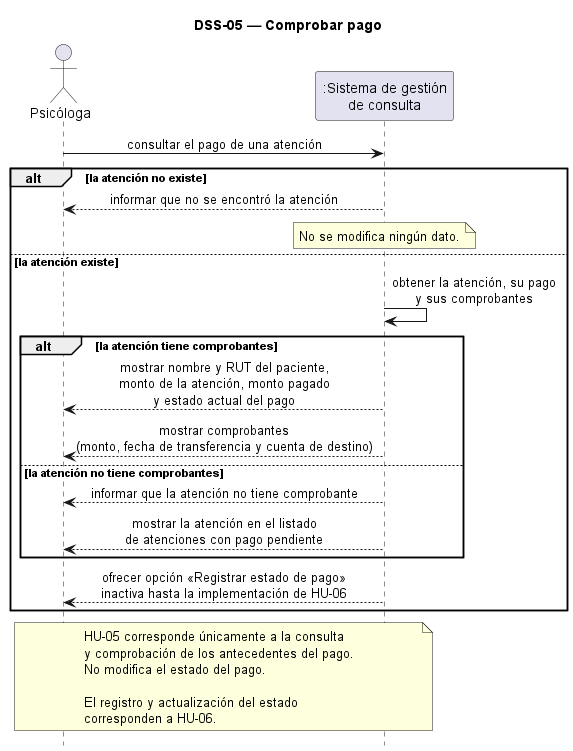
The PlantUML diagram diagramas/dss-05.png in gestion-consulta-psicologica/ingenieria-requisitos, before a commit.
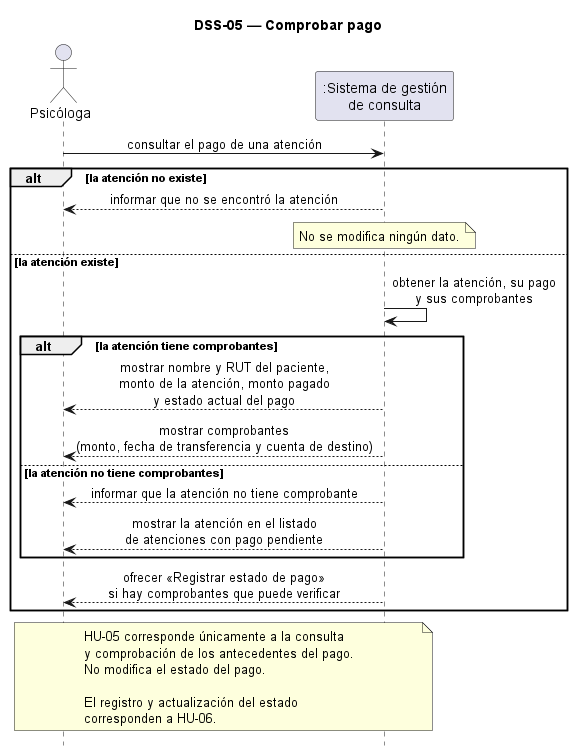
After the commit.

Diff of the diagram source:
```diff
@@ -29,7 +29,7 @@
     SIS --> PSI : mostrar la atención en el listado\nde atenciones con pago pendiente
   end
 
-  SIS --> PSI : ofrecer opción «Registrar estado de pago»\ninactiva hasta la implementación de HU-06
+  SIS --> PSI : ofrecer «Registrar estado de pago»\nsi hay comprobantes que puede verificar
 end
 
 note over PSI, SIS
```
